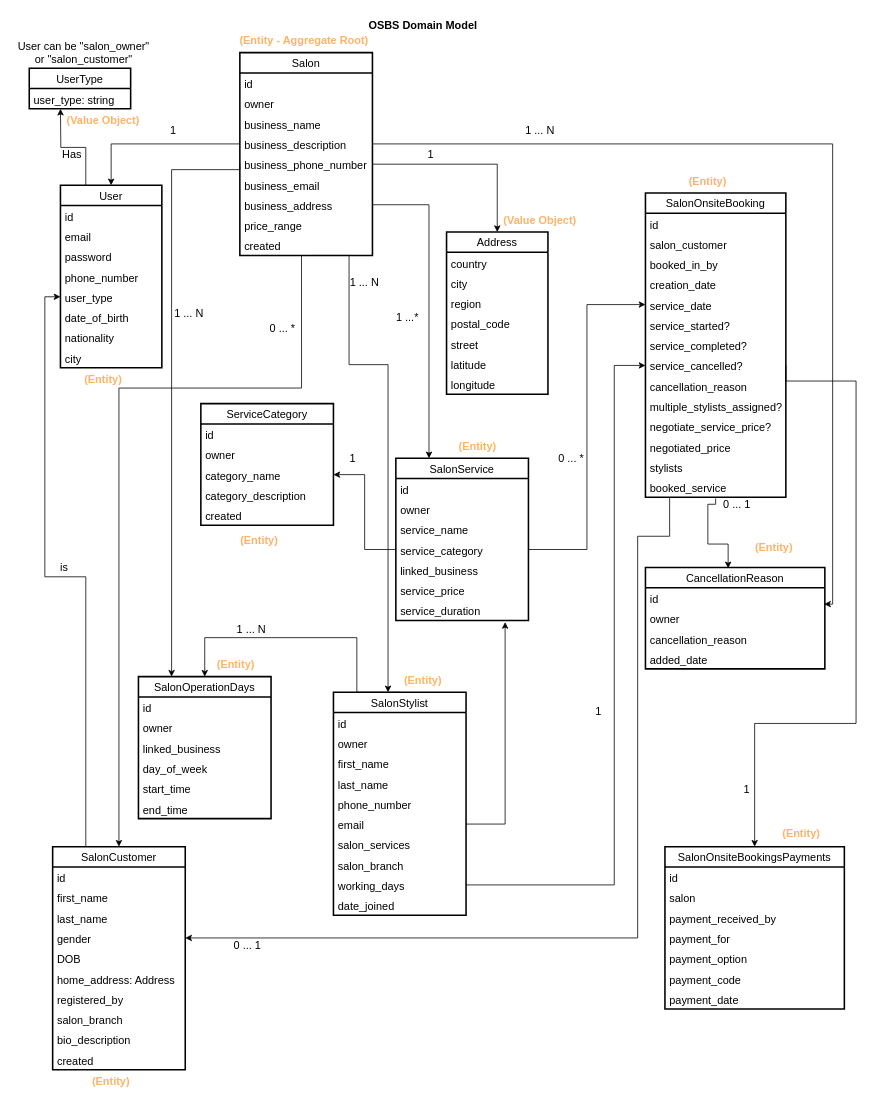
Above: page "Salon-domain-model" (1 of 3) of DDD-and-Ecore/Salon_domain-model.drawio in Egalaxykenya/IEICE-journal-paper-emeka (draw.io), before the change. Source tidied: cells renumbered, new cells numbered last; positions are measured from the earlier drawing's top-left corner, leaving out a move shared by most shapes. Both pictures are drawn from the tidied source at 78%, with x=0, y=0 at pixel (13, 13).
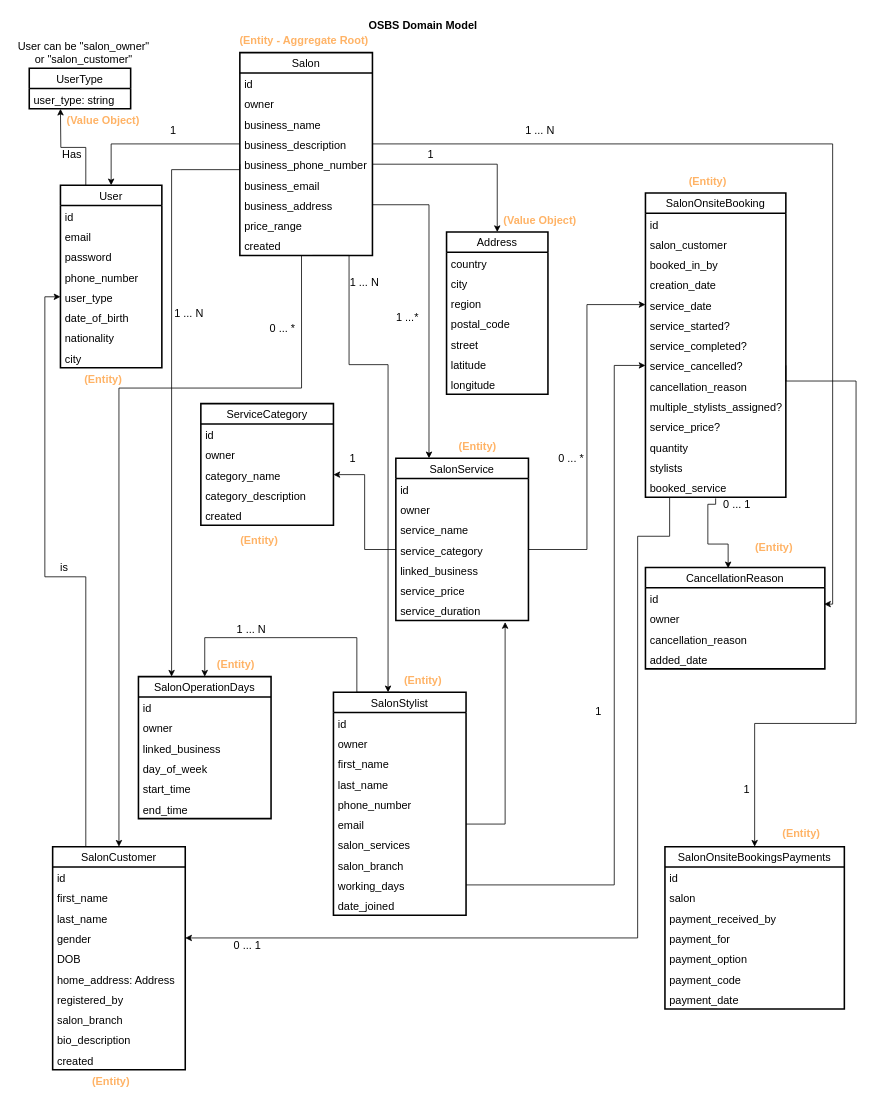
The same diagram, later.

The change refers to these unchanged cells:
```xml
<mxCell id="75" value="SalonOnsiteBooking" style="swimlane;fontStyle=0;horizontal=1;startSize=26;fillColor=none;fontSize=14;strokeWidth=2;" parent="1" vertex="1">
  <mxGeometry x="810" y="230" width="180" height="390" as="geometry" />
</mxCell>
```

Change to the diagram source:
```diff
@@
-    <mxCell id="86" value="negotiate_service_price?" style="text;strokeColor=none;fillColor=none;align=left;verticalAlign=top;spacingLeft=4;spacingRight=4;overflow=hidden;dashed=1;fontSize=14;" parent="75" vertex="1">
+    <mxCell id="86" value="service_price?" style="text;strokeColor=none;fillColor=none;align=left;verticalAlign=top;spacingLeft=4;spacingRight=4;overflow=hidden;dashed=1;fontSize=14;" parent="75" vertex="1">
       <mxGeometry y="286" width="180" height="26" as="geometry" />
     </mxCell>
-    <mxCell id="87" value="negotiated_price" style="text;strokeColor=none;fillColor=none;align=left;verticalAlign=top;spacingLeft=4;spacingRight=4;overflow=hidden;dashed=1;fontSize=14;" parent="75" vertex="1">
+    <mxCell id="87" value="quantity" style="text;strokeColor=none;fillColor=none;align=left;verticalAlign=top;spacingLeft=4;spacingRight=4;overflow=hidden;dashed=1;fontSize=14;" parent="75" vertex="1">
       <mxGeometry y="312" width="180" height="26" as="geometry" />
     </mxCell>
```
